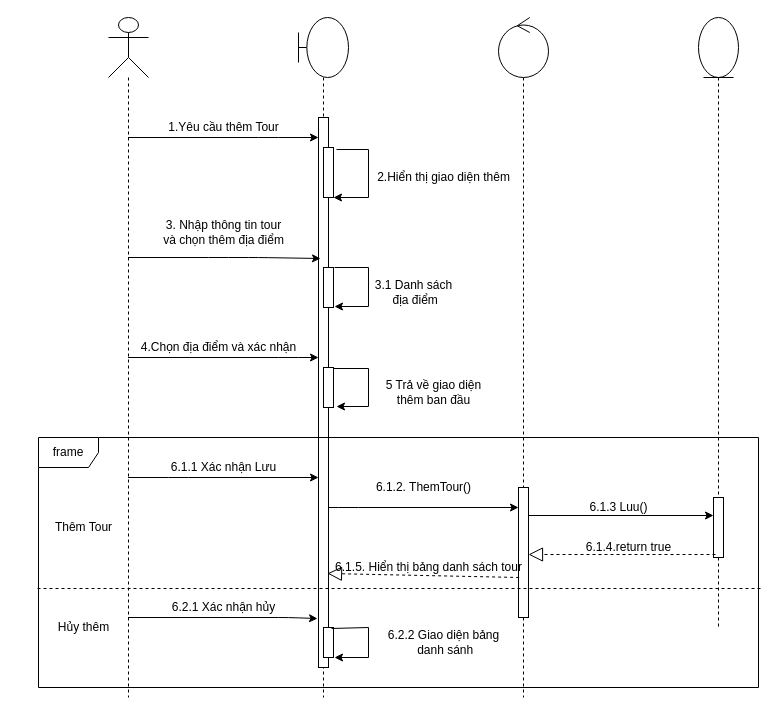
Before: document/sequence/sq_ad_tour.drawio in TikTzuki/tourism-application, a draw.io diagram. Source tidied: cells renumbered, new cells numbered last; positions are measured from the earlier drawing's top-left corner, leaving out a move shared by most shapes. Both pictures are drawn from the tidied source at 100%, with x=0, y=0 at pixel (37, 17).
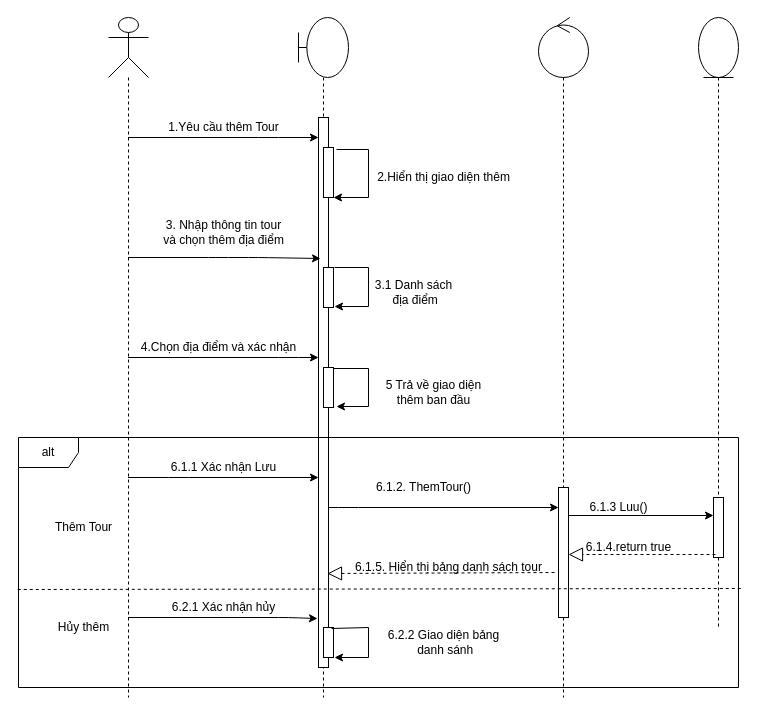
The same diagram, later.

The change refers to these unchanged cells:
```xml
<mxCell id="12" style="html=1;points=[];perimeter=orthogonalPerimeter;" parent="11" vertex="1">
  <mxGeometry x="20" y="470" width="10" height="130" as="geometry" />
</mxCell>
```

Diff of the diagram source:
```diff
@@
     <mxCell id="11" style="shape=umlLifeline;participant=umlControl;perimeter=lifelinePerimeter;whiteSpace=wrap;html=1;verticalAlign=top;spacingTop=36;size=60;" parent="1" vertex="1">
-      <mxGeometry x="461" width="50" height="680" as="geometry" />
+      <mxGeometry x="501" width="50" height="680" as="geometry" />
     </mxCell>
@@
-    <mxCell id="34" style="endArrow=block;dashed=1;endFill=0;endSize=12;html=1;exitX=0.953;exitY=1;exitDx=0;exitDy=0;exitPerimeter=0;" parent="1" edge="1" source="35">
+    <mxCell id="34" style="endArrow=block;dashed=1;endFill=0;endSize=12;html=1;exitX=-0.4;exitY=0.654;exitDx=0;exitDy=0;exitPerimeter=0;" parent="1" edge="1" source="12">
       <mxGeometry relative="1" as="geometry">
         <mxPoint x="290" y="556" as="targetPoint" />
       </mxGeometry>
     </mxCell>
     <mxCell id="35" value="6.1.5. Hiển thị bảng danh sách tour" style="text;html=1;align=center;verticalAlign=middle;points=[];" parent="1" vertex="1">
-      <mxGeometry x="291" y="540" width="200" height="20" as="geometry" />
+      <mxGeometry x="311" y="540" width="200" height="20" as="geometry" />
     </mxCell>
@@
-    <mxCell id="39" value="frame" style="shape=umlFrame;whiteSpace=wrap;html=1;" parent="1" vertex="1">
-      <mxGeometry x="1" y="420" width="720" height="250" as="geometry" />
+    <mxCell id="39" value="alt" style="shape=umlFrame;whiteSpace=wrap;html=1;" parent="1" vertex="1">
+      <mxGeometry x="-19" y="420" width="720" height="250" as="geometry" />
     </mxCell>
-    <mxCell id="40" style="endArrow=none;dashed=1;html=1;entryX=1.004;entryY=0.604;entryDx=0;entryDy=0;entryPerimeter=0;" parent="1" edge="1" target="39">
-      <mxGeometry relative="1" as="geometry">
-        <mxPoint y="571" as="sourcePoint" />
-      </mxGeometry>
+    <mxCell id="40" style="endArrow=none;dashed=1;html=1;entryX=1.004;entryY=0.604;entryDx=0;entryDy=0;entryPerimeter=0;exitX=-0.001;exitY=0.608;exitDx=0;exitDy=0;exitPerimeter=0;" parent="1" edge="1" source="39" target="39">
+      <mxGeometry relative="1" as="geometry" />
     </mxCell>
```
